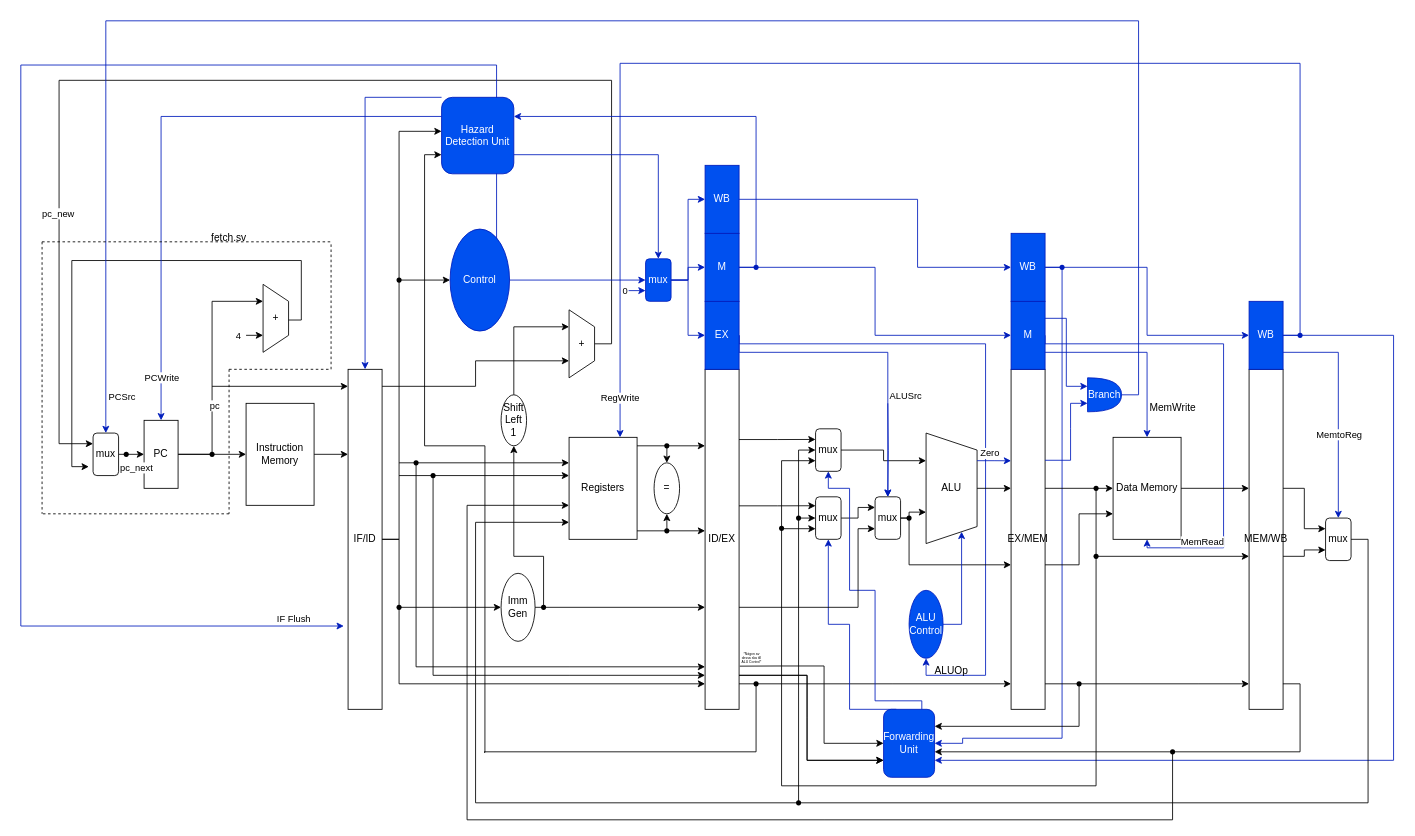
Above: documentation/Architecture.drawio in RISC-V-on-FPGA/riscv (draw.io), before the change. Source tidied: cells renumbered, new cells numbered last; positions are measured from the earlier drawing's top-left corner, leaving out a move shared by most shapes. Both pictures are drawn from the tidied source at 85%, with x=0, y=0 at pixel (20, 20).
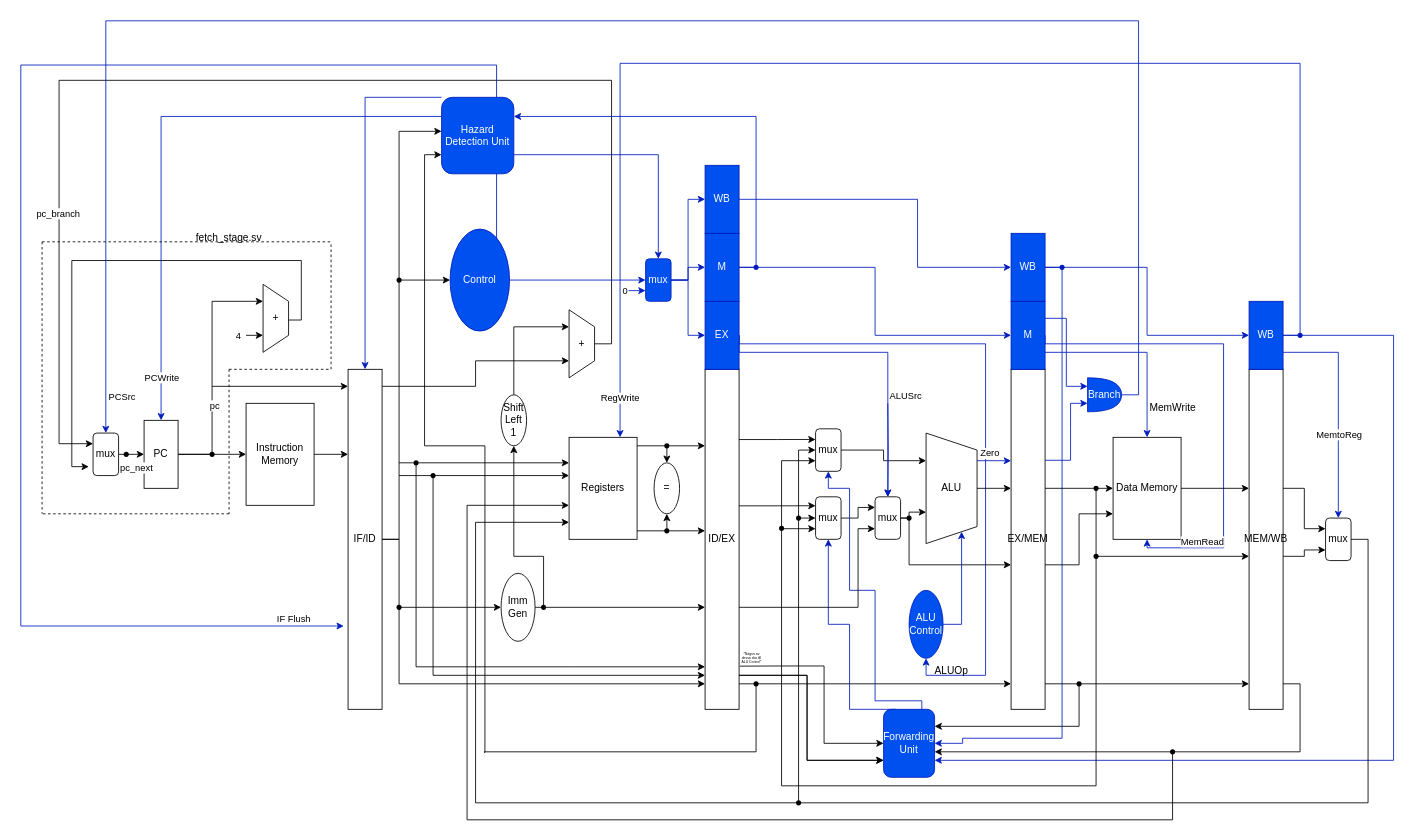
The same diagram, later.

Commit message (it also covers changes not shown here):
testbench for fetch stage implemented. Added program memory for addi program

The change refers to these unchanged cells:
```xml
<mxCell id="25" style="edgeStyle=orthogonalEdgeStyle;rounded=0;jettySize=auto;html=1;exitX=0.5;exitY=0;exitDx=0;exitDy=0;entryX=0;entryY=0.25;entryDx=0;entryDy=0;" parent="1" edge="1" source="27" target="10">
  <mxGeometry relative="1" as="geometry">
    <Array as="points">
      <mxPoint x="695" y="380" />
      <mxPoint x="695" y="70" />
      <mxPoint x="45" y="70" />
      <mxPoint x="45" y="498" />
    </Array>
  </mxGeometry>
</mxCell>
```

The edit, as a diff of the source:
```diff
@@
-    <mxCell id="26" value="pc_new&lt;br&gt;" style="edgeLabel;html=1;align=center;verticalAlign=middle;" parent="25" vertex="1">
+    <mxCell id="26" value="pc_branch" style="edgeLabel;html=1;align=center;verticalAlign=middle;" parent="25" vertex="1">
       <mxGeometry x="0.57" y="-2" relative="1" as="geometry" />
     </mxCell>
@@
-    <mxCell id="170" value="fetch.sv" style="text;html=1;strokeColor=none;fillColor=none;align=center;verticalAlign=middle;whiteSpace=wrap;rounded=0;" parent="1" vertex="1">
+    <mxCell id="170" value="fetch_stage.sv" style="text;html=1;strokeColor=none;fillColor=none;align=center;verticalAlign=middle;whiteSpace=wrap;rounded=0;" parent="1" vertex="1">
       <mxGeometry x="215" y="240" width="60" height="30" as="geometry" />
     </mxCell>
```
